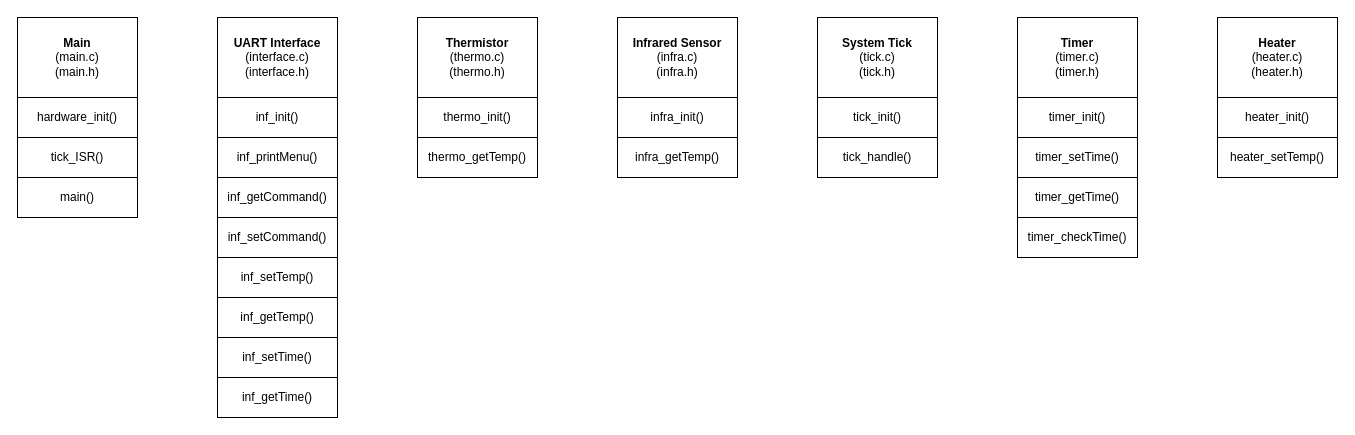
This is documentation/uml.drawio from mannndrew/BrewBuddy, a draw.io file, before an edit. Source tidied: cells renumbered, new cells numbered last; positions are measured from the earlier drawing's top-left corner, leaving out a move shared by most shapes. Both pictures are drawn from the tidied source at 100%, with x=0, y=0 at pixel (17, 17).
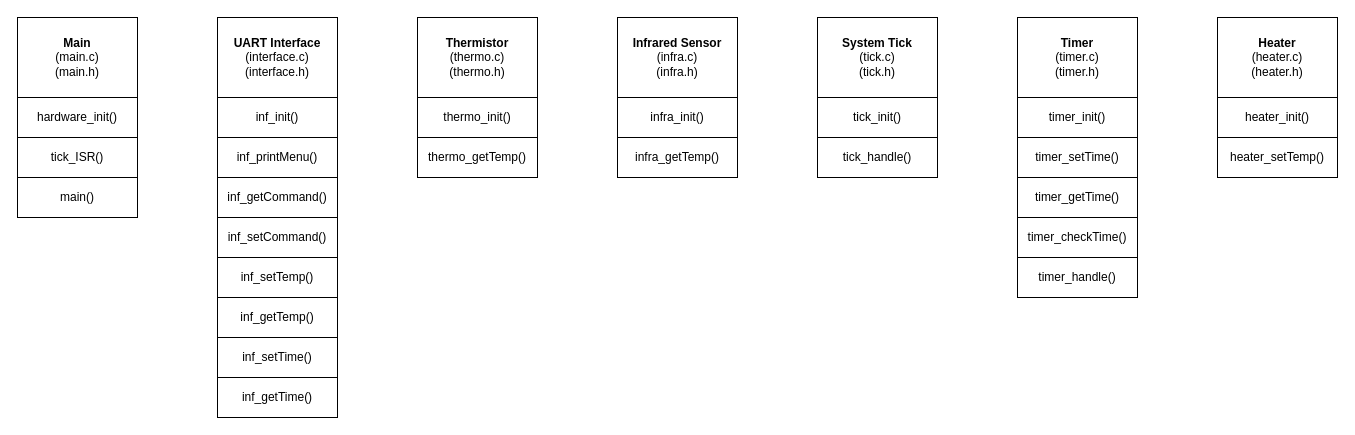
After the change.

Diff of the diagram source:
```diff
@@
+    <mxCell id="32" value="timer_handle()" style="rounded=0;whiteSpace=wrap;html=1;" parent="1" vertex="1">
+      <mxGeometry x="1000" y="240" width="120" height="40" as="geometry" />
+    </mxCell>
```
